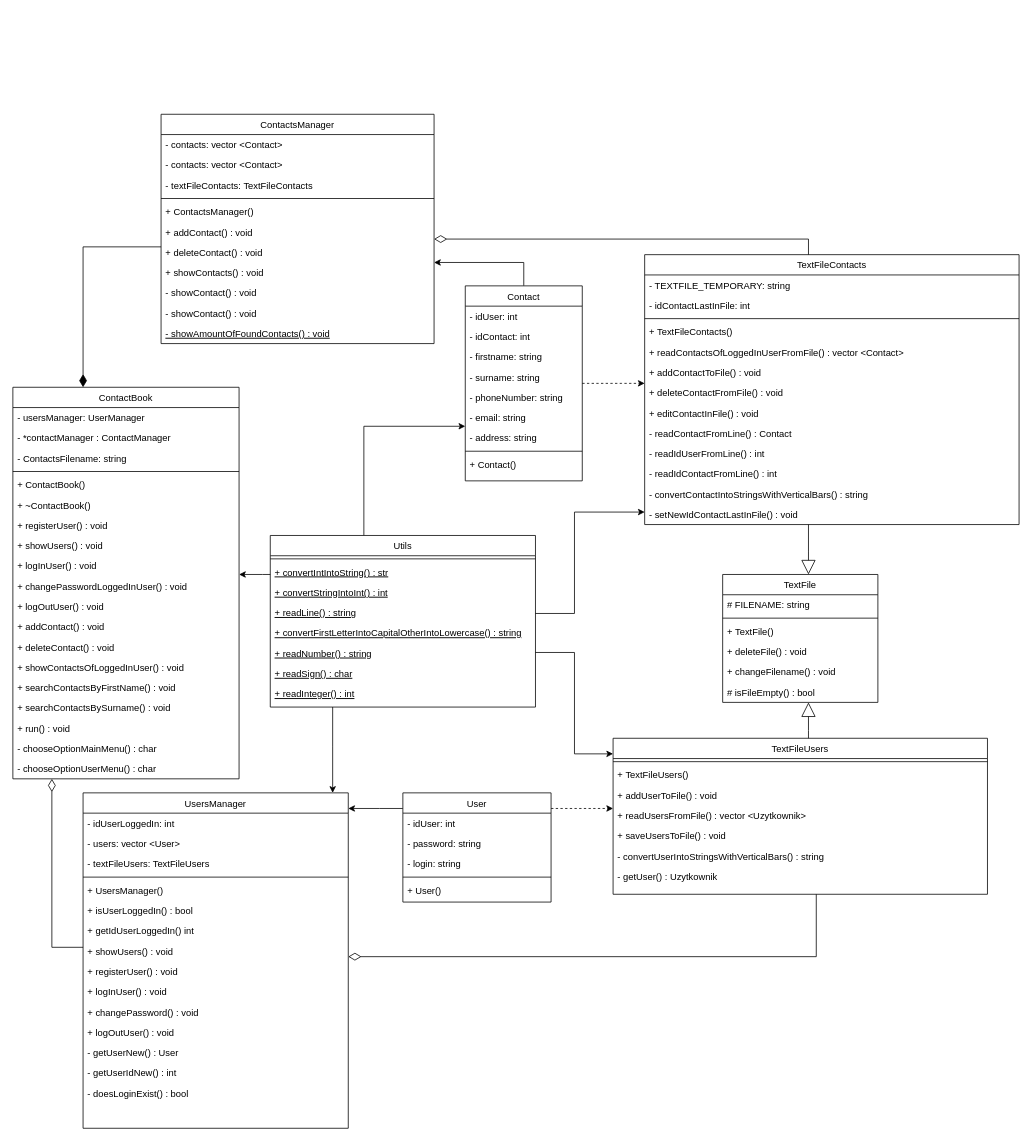
This is doc/contact-book.drawio from MichalWilczek/address-book-FutureProgrammer, a draw.io file, before an edit. Source tidied: cells renumbered, new cells numbered last; positions are measured from the earlier drawing's top-left corner, leaving out a move shared by most shapes. Both pictures are drawn from the tidied source at 78%, with x=0, y=0 at pixel (12, 114).
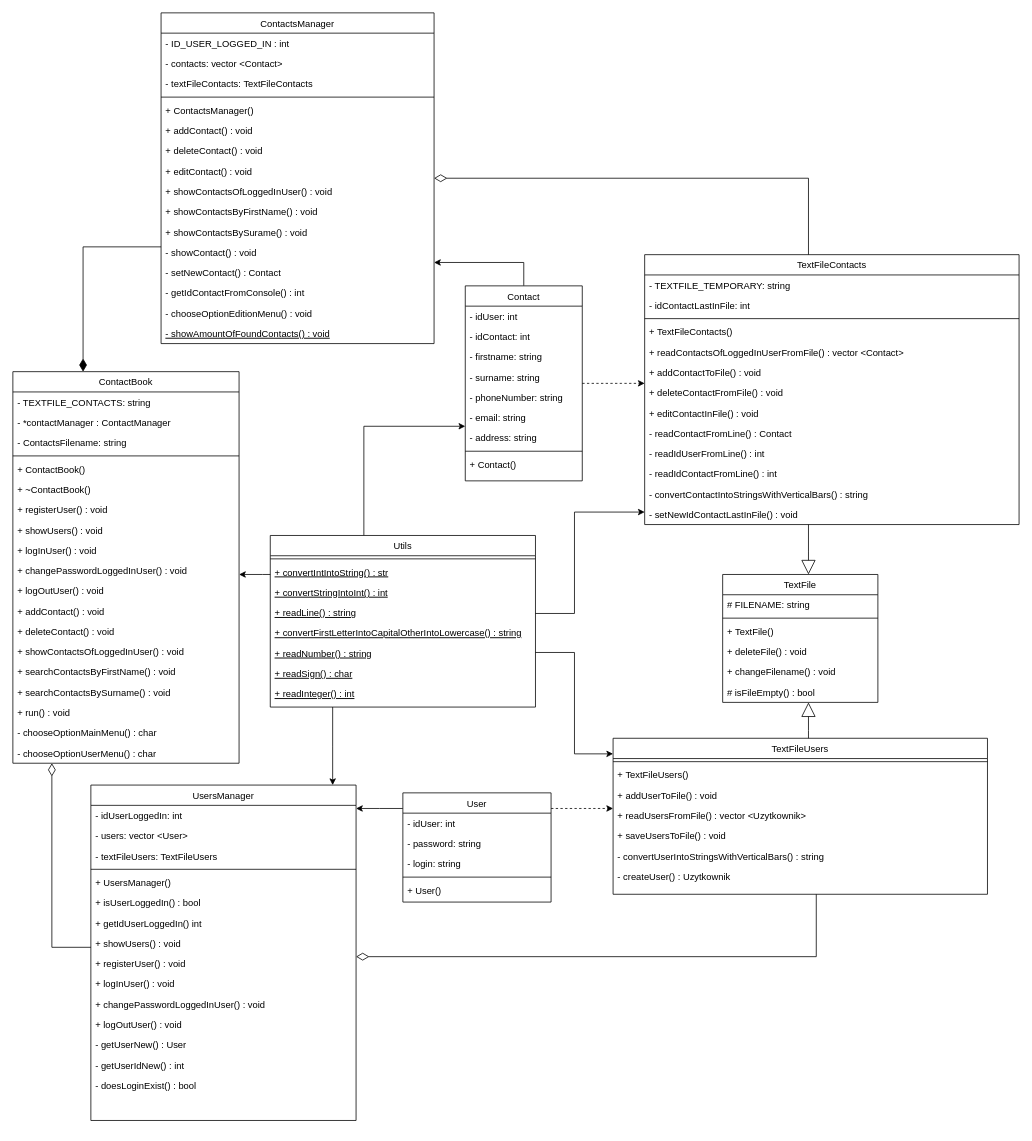
Above is the later version.

Unchanged cells that the change refers to:
```xml
<mxCell id="35" value="TextFileUsers" style="swimlane;fontStyle=0;align=center;verticalAlign=top;horizontal=1;startSize=26;rounded=0;shadow=0;strokeWidth=1;" parent="1" vertex="1">
  <mxGeometry x="769.5" y="800" width="480" height="200" as="geometry" />
</mxCell>
<mxCell id="44" value="TextFileContacts" style="swimlane;fontStyle=0;align=center;verticalAlign=top;horizontal=1;startSize=26;rounded=0;shadow=0;strokeWidth=1;" parent="1" vertex="1">
  <mxGeometry x="810" y="180" width="480" height="346" as="geometry" />
</mxCell>
```

Diff of the diagram source:
```diff
@@
     <mxCell id="2" value="UsersManager" style="swimlane;fontStyle=0;align=center;verticalAlign=top;horizontal=1;startSize=26;rounded=0;shadow=0;strokeWidth=1;" parent="1" vertex="1">
-      <mxGeometry x="90" y="870" width="340" height="430" as="geometry" />
+      <mxGeometry x="100" y="860" width="340" height="430" as="geometry" />
     </mxCell>
@@
-    <mxCell id="13" value="+ changePassword() : void" style="text;align=left;verticalAlign=top;spacingLeft=4;spacingRight=4;overflow=hidden;" parent="2" vertex="1">
+    <mxCell id="13" value="+ changePasswordLoggedInUser() : void" style="text;align=left;verticalAlign=top;spacingLeft=4;spacingRight=4;overflow=hidden;" parent="2" vertex="1">
       <mxGeometry y="268" width="340" height="26" as="geometry" />
     </mxCell>
@@
-    <mxCell id="42" value="- getUser() : Uzytkownik" style="text;align=left;verticalAlign=top;spacingLeft=4;spacingRight=4;overflow=hidden;" parent="35" vertex="1">
+    <mxCell id="42" value="- createUser() : Uzytkownik" style="text;align=left;verticalAlign=top;spacingLeft=4;spacingRight=4;overflow=hidden;" parent="35" vertex="1">
       <mxGeometry y="164" width="480" height="26" as="geometry" />
     </mxCell>
@@
     <mxCell id="59" value="ContactsManager" style="swimlane;fontStyle=0;align=center;verticalAlign=top;horizontal=1;startSize=26;rounded=0;shadow=0;strokeWidth=1;" parent="1" vertex="1">
-      <mxGeometry x="190" width="350" height="294" as="geometry" />
+      <mxGeometry x="190" y="-130" width="350" height="424" as="geometry" />
     </mxCell>
-    <mxCell id="60" value="- contacts: vector &lt;Contact&gt;" style="text;align=left;verticalAlign=top;spacingLeft=4;spacingRight=4;overflow=hidden;rounded=0;shadow=0;html=0;" parent="59" vertex="1">
-      <mxGeometry y="26" width="350" height="26" as="geometry" />
-    </mxCell>
+    <mxCell id="119" value="- ID_USER_LOGGED_IN : int" style="text;align=left;verticalAlign=top;spacingLeft=4;spacingRight=4;overflow=hidden;rounded=0;shadow=0;html=0;" parent="59" vertex="1">
+      <mxGeometry y="26" width="350" height="26" as="geometry" />
+    </mxCell>
@@
+    <mxCell id="120" value="+ deleteContact() : void" style="text;align=left;verticalAlign=top;spacingLeft=4;spacingRight=4;overflow=hidden;" parent="59" vertex="1">
+      <mxGeometry y="164" width="350" height="26" as="geometry" />
+    </mxCell>
+    <mxCell id="121" value="+ editContact() : void" style="text;align=left;verticalAlign=top;spacingLeft=4;spacingRight=4;overflow=hidden;" parent="59" vertex="1">
+      <mxGeometry y="190" width="350" height="26" as="geometry" />
+    </mxCell>
+    <mxCell id="122" value="+ showContactsOfLoggedInUser() : void" style="text;align=left;verticalAlign=top;spacingLeft=4;spacingRight=4;overflow=hidden;" parent="59" vertex="1">
+      <mxGeometry y="216" width="350" height="26" as="geometry" />
+    </mxCell>
+    <mxCell id="123" value="+ showContactsByFirstName() : void" style="text;align=left;verticalAlign=top;spacingLeft=4;spacingRight=4;overflow=hidden;" parent="59" vertex="1">
+      <mxGeometry y="242" width="350" height="26" as="geometry" />
+    </mxCell>
-    <mxCell id="66" value="+ deleteContact() : void" style="text;align=left;verticalAlign=top;spacingLeft=4;spacingRight=4;overflow=hidden;" parent="59" vertex="1">
-      <mxGeometry y="164" width="350" height="26" as="geometry" />
+    <mxCell id="66" value="+ showContactsBySurame() : void" style="text;align=left;verticalAlign=top;spacingLeft=4;spacingRight=4;overflow=hidden;" parent="59" vertex="1">
+      <mxGeometry y="268" width="350" height="26" as="geometry" />
     </mxCell>
-    <mxCell id="67" value="+ showContacts() : void" style="text;align=left;verticalAlign=top;spacingLeft=4;spacingRight=4;overflow=hidden;" parent="59" vertex="1">
-      <mxGeometry y="190" width="350" height="26" as="geometry" />
-    </mxCell>
     <mxCell id="68" value="- showContact() : void" style="text;align=left;verticalAlign=top;spacingLeft=4;spacingRight=4;overflow=hidden;" parent="59" vertex="1">
-      <mxGeometry y="216" width="350" height="26" as="geometry" />
+      <mxGeometry y="294" width="350" height="26" as="geometry" />
     </mxCell>
+    <mxCell id="124" value="- setNewContact() : Contact" style="text;align=left;verticalAlign=top;spacingLeft=4;spacingRight=4;overflow=hidden;" parent="59" vertex="1">
+      <mxGeometry y="320" width="350" height="26" as="geometry" />
+    </mxCell>
-    <mxCell id="69" value="- showContact() : void" style="text;align=left;verticalAlign=top;spacingLeft=4;spacingRight=4;overflow=hidden;" parent="59" vertex="1">
-      <mxGeometry y="242" width="350" height="26" as="geometry" />
+    <mxCell id="69" value="- getIdContactFromConsole() : int" style="text;align=left;verticalAlign=top;spacingLeft=4;spacingRight=4;overflow=hidden;" parent="59" vertex="1">
+      <mxGeometry y="346" width="350" height="26" as="geometry" />
     </mxCell>
+    <mxCell id="125" value="- chooseOptionEditionMenu() : void" style="text;align=left;verticalAlign=top;spacingLeft=4;spacingRight=4;overflow=hidden;" parent="59" vertex="1">
+      <mxGeometry y="372" width="350" height="26" as="geometry" />
+    </mxCell>
     <mxCell id="70" value="- showAmountOfFoundContacts() : void" style="text;align=left;verticalAlign=top;spacingLeft=4;spacingRight=4;overflow=hidden;fontStyle=4;" parent="59" vertex="1">
-      <mxGeometry y="268" width="350" height="26" as="geometry" />
+      <mxGeometry y="398" width="350" height="26" as="geometry" />
     </mxCell>
     <mxCell id="71" value="ContactBook" style="swimlane;fontStyle=0;align=center;verticalAlign=top;horizontal=1;startSize=26;rounded=0;shadow=0;strokeWidth=1;" parent="1" vertex="1">
-      <mxGeometry y="350" width="290" height="502" as="geometry" />
+      <mxGeometry y="330" width="290" height="502" as="geometry" />
     </mxCell>
-    <mxCell id="72" value="- usersManager: UserManager" style="text;align=left;verticalAlign=top;spacingLeft=4;spacingRight=4;overflow=hidden;rounded=0;shadow=0;html=0;" parent="71" vertex="1">
+    <mxCell id="72" value="- TEXTFILE_CONTACTS: string" style="text;align=left;verticalAlign=top;spacingLeft=4;spacingRight=4;overflow=hidden;rounded=0;shadow=0;html=0;" parent="71" vertex="1">
       <mxGeometry y="26" width="290" height="26" as="geometry" />
     </mxCell>
@@
     <mxCell id="112" style="endArrow=0;html=1;endSize=12;startArrow=diamondThin;startSize=14;startFill=0;edgeStyle=orthogonalEdgeStyle;align=left;verticalAlign=bottom;rounded=0;" parent="1" edge="1" source="59" target="44">
       <mxGeometry x="-0.68" y="-30" relative="1" as="geometry">
         <Array as="points">
-          <mxPoint x="1020" y="160" />
+          <mxPoint x="1020" y="82" />
         </Array>
       </mxGeometry>
     </mxCell>
```
